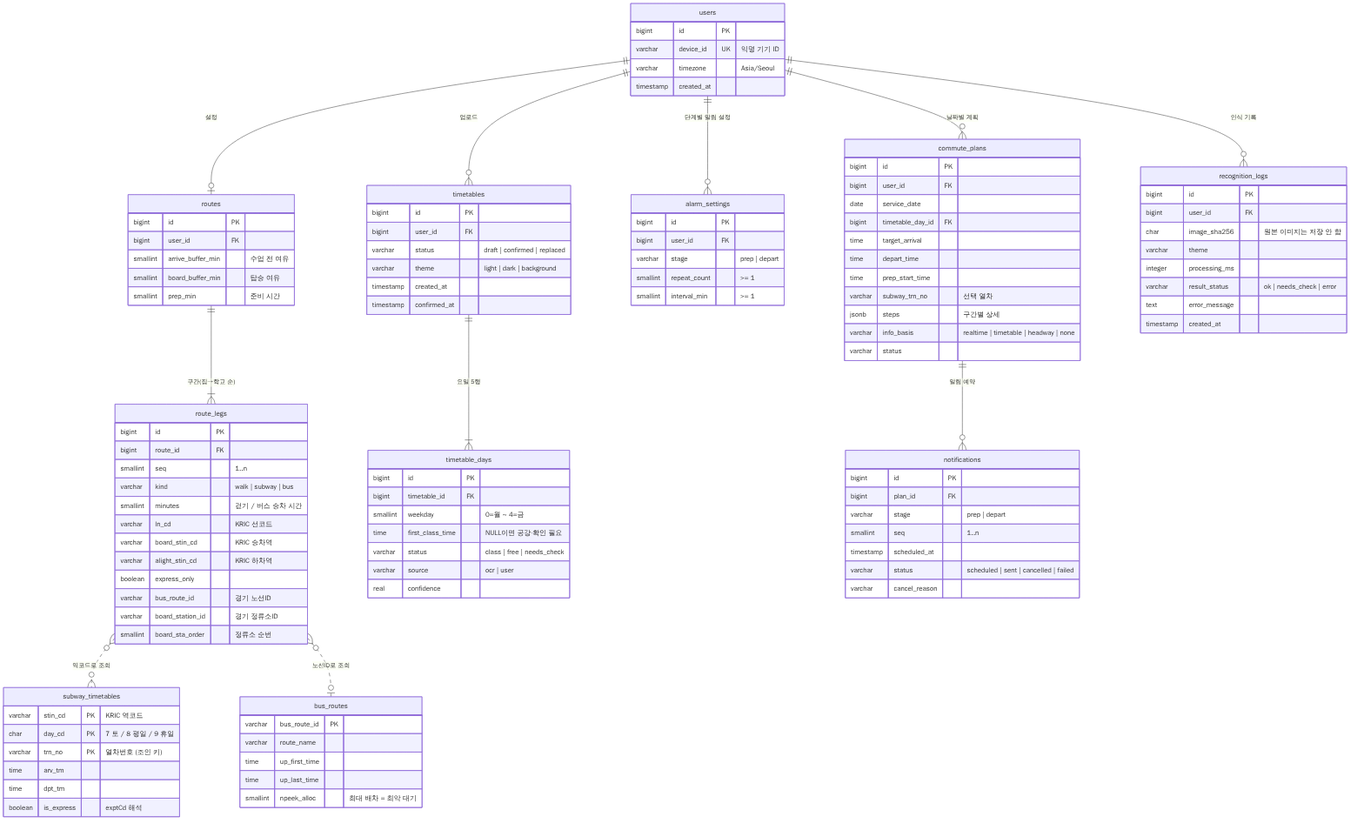
Before: docs/design/diagrams/4_erd.png, a diagram exported from Mermaid (yewon51019/timetable_textps). Its source is kept beside it as docs/design/diagrams/4_erd.mmd.
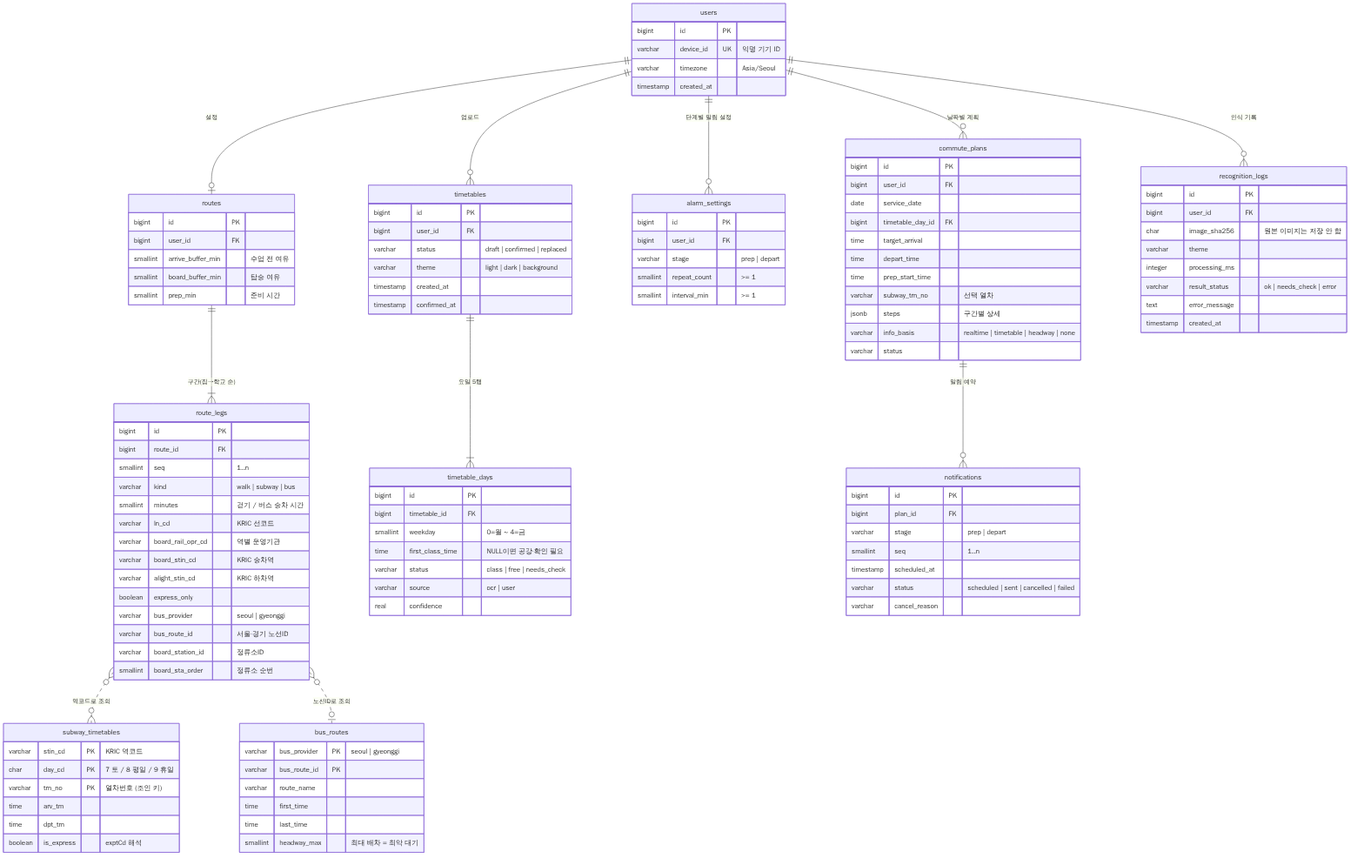
Above is the later version.

What changed in the source:
```diff
@@ -47,11 +47,13 @@
     varchar kind "walk | subway | bus"
     smallint minutes "걷기 / 버스 승차 시간"
     varchar ln_cd "KRIC 선코드"
+    varchar board_rail_opr_cd "역별 운영기관"
     varchar board_stin_cd "KRIC 승차역"
     varchar alight_stin_cd "KRIC 하차역"
     boolean express_only
-    varchar bus_route_id "경기 노선ID"
-    varchar board_station_id "경기 정류소ID"
+    varchar bus_provider "seoul | gyeonggi"
+    varchar bus_route_id "서울·경기 노선ID"
+    varchar board_station_id "정류소ID"
     smallint board_sta_order "정류소 순번"
   }
   alarm_settings {
@@ -70,11 +72,12 @@
     boolean is_express "exptCd 해석"
   }
   bus_routes {
+    varchar bus_provider PK "seoul | gyeonggi"
     varchar bus_route_id PK
     varchar route_name
-    time up_first_time
-    time up_last_time
-    smallint npeek_alloc "최대 배차 = 최악 대기"
+    time first_time
+    time last_time
+    smallint headway_max "최대 배차 = 최악 대기"
   }
   commute_plans {
     bigint id PK
```
